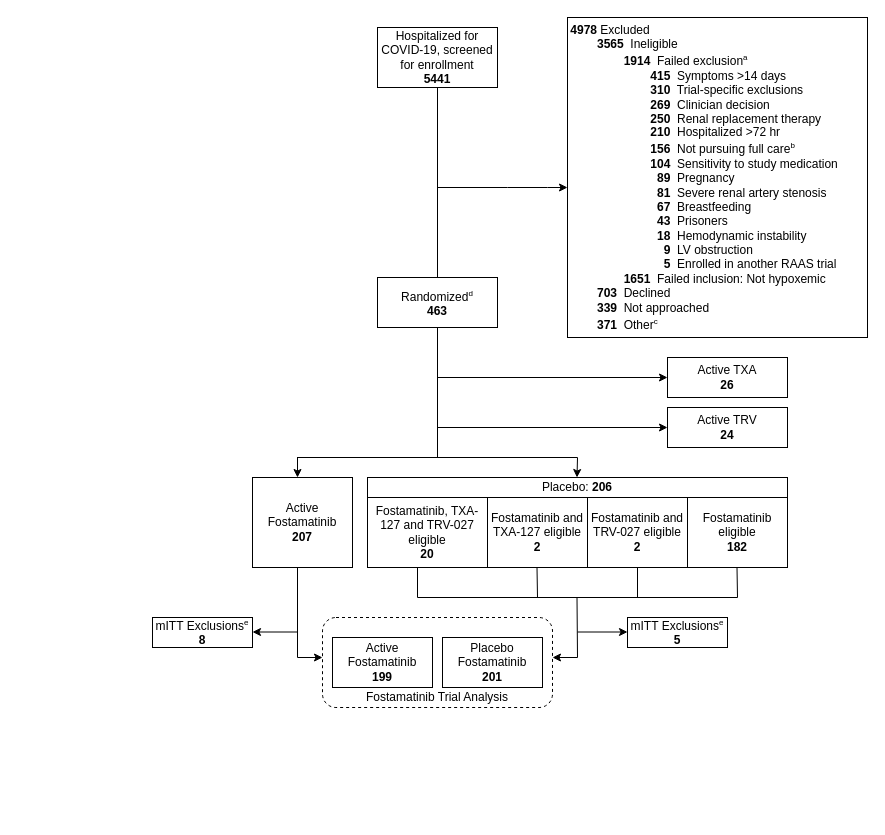
The draw.io diagram Combined A4HT-CONSORT.drawio in jjdeclercq/VUMisC, before the edit. Source tidied: cells renumbered, new cells numbered last; positions are measured from the earlier drawing's top-left corner, leaving out a move shared by most shapes. Both pictures are drawn from the tidied source at 100%, with x=0, y=0 at pixel (152, 17).
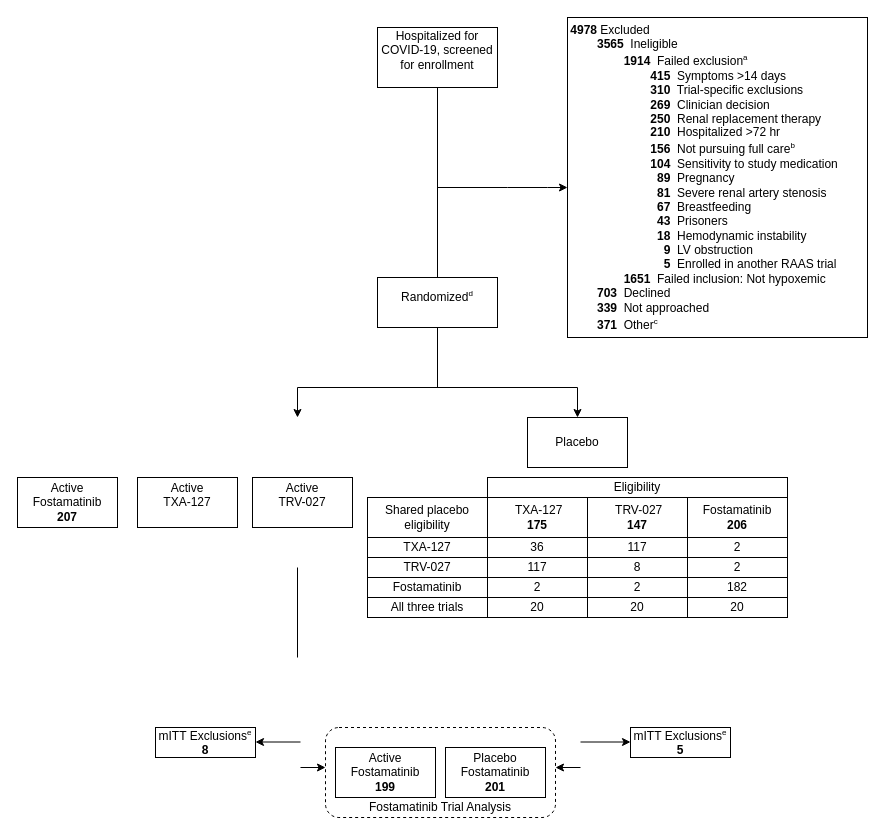
After the change.

Diff of the diagram source:
```diff
@@
-    <mxCell id="2" style="rounded=1;whiteSpace=wrap;html=1;dashed=1;" parent="1" vertex="1">
-      <mxGeometry x="170" y="600" width="230" height="90" as="geometry" />
-    </mxCell>
-    <mxCell id="3" value="Hospitalized for COVID-19, screened for enrollment&lt;br&gt;&lt;b&gt;5441&lt;/b&gt;" style="rounded=0;whiteSpace=wrap;html=1;" parent="1" vertex="1">
+    <mxCell id="3" value="Hospitalized for COVID-19, screened for enrollment&lt;div&gt;&lt;br/&gt;&lt;/div&gt;" style="rounded=0;whiteSpace=wrap;html=1;" parent="1" vertex="1">
       <mxGeometry x="225" y="10" width="120" height="60" as="geometry" />
     </mxCell>
@@
-    <mxCell id="6" value="Randomized&lt;sup style=&quot;&quot;&gt;&lt;font style=&quot;font-size: 8px;&quot;&gt;d&lt;/font&gt;&lt;/sup&gt;&lt;br&gt;&lt;b&gt;463&lt;/b&gt;" style="rounded=0;whiteSpace=wrap;html=1;" parent="1" vertex="1">
+    <mxCell id="6" value="Randomized&lt;sup style=&quot;&quot;&gt;&lt;font style=&quot;font-size: 8px;&quot;&gt;d&lt;/font&gt;&lt;/sup&gt;&lt;div&gt;&lt;br/&gt;&lt;/div&gt;" style="rounded=0;whiteSpace=wrap;html=1;" parent="1" vertex="1">
       <mxGeometry x="225" y="260" width="120" height="50" as="geometry" />
     </mxCell>
     <mxCell id="7" style="endArrow=none;html=1;rounded=0;entryX=0.5;entryY=1;entryDx=0;entryDy=0;" parent="1" edge="1" target="6">
       <mxGeometry relative="1" as="geometry">
-        <mxPoint x="285" y="440" as="sourcePoint" />
+        <mxPoint x="285" y="370" as="sourcePoint" />
       </mxGeometry>
     </mxCell>
-    <mxCell id="8" value="&lt;div style=&quot;&quot;&gt;&lt;span style=&quot;background-color: initial;&quot;&gt;Active Fostamatinib&lt;/span&gt;&lt;/div&gt;&lt;div style=&quot;&quot;&gt;&lt;b&gt;207&lt;/b&gt;&lt;/div&gt;" style="rounded=0;whiteSpace=wrap;html=1;align=center;" parent="1" vertex="1">
-      <mxGeometry x="100" y="460" width="100" height="90" as="geometry" />
+    <mxCell id="8" value="&lt;div style=&quot;&quot;&gt;&lt;span style=&quot;background-color: initial;&quot;&gt;Active&lt;/span&gt;&lt;/div&gt;&lt;div style=&quot;&quot;&gt;&lt;span style=&quot;background-color: initial;&quot;&gt;TRV-027&lt;/span&gt;&lt;/div&gt;&lt;div style=&quot;&quot;&gt;&lt;br&gt;&lt;/div&gt;" style="rounded=0;whiteSpace=wrap;html=1;align=center;" parent="1" vertex="1">
+      <mxGeometry x="100" y="460" width="100" height="50" as="geometry" />
     </mxCell>
-    <mxCell id="9" value="&lt;b&gt;&lt;br&gt;&lt;/b&gt;" style="rounded=0;whiteSpace=wrap;html=1;" parent="1" vertex="1">
-      <mxGeometry x="285" y="460" width="200" height="70" as="geometry" />
-    </mxCell>
-    <mxCell id="10" value="Active TXA&lt;br&gt;&lt;b&gt;26&lt;/b&gt;" style="rounded=0;whiteSpace=wrap;html=1;" parent="1" vertex="1">
-      <mxGeometry x="515" y="340" width="120" height="40" as="geometry" />
-    </mxCell>
@@
-    <mxCell id="12" value="&lt;font style=&quot;font-size: 12px;&quot;&gt;Placebo Fostamatinib&lt;br&gt;&lt;b&gt;201&lt;/b&gt;&lt;br&gt;&lt;/font&gt;" style="rounded=0;whiteSpace=wrap;html=1;" parent="1" vertex="1">
-      <mxGeometry x="290" y="620" width="100" height="50" as="geometry" />
-    </mxCell>
@@
-    <mxCell id="14" value="Fostamatinib Trial Analysis" style="text;html=1;strokeColor=none;fillColor=none;align=center;verticalAlign=middle;whiteSpace=wrap;rounded=0;dashed=1;" parent="1" vertex="1">
-      <mxGeometry x="210" y="670" width="150" height="20" as="geometry" />
-    </mxCell>
-    <mxCell id="15" style="endArrow=classic;html=1;rounded=0;entryX=0;entryY=0.5;entryDx=0;entryDy=0;entryPerimeter=0;" parent="1" edge="1">
-      <mxGeometry relative="1" as="geometry">
-        <mxPoint x="285" y="360" as="sourcePoint" />
-        <mxPoint x="515" y="360" as="targetPoint" />
-      </mxGeometry>
-    </mxCell>
-    <mxCell id="16" value="&lt;div style=&quot;&quot;&gt;&lt;span style=&quot;background-color: initial;&quot;&gt;Active Fostamatinib&lt;/span&gt;&lt;/div&gt;&lt;div style=&quot;&quot;&gt;&lt;b&gt;199&lt;/b&gt;&lt;/div&gt;" style="rounded=0;whiteSpace=wrap;html=1;align=center;" parent="1" vertex="1">
-      <mxGeometry x="180" y="620" width="100" height="50" as="geometry" />
-    </mxCell>
-    <mxCell id="17" value="Fostamatinib, TXA-127 and TRV-027 eligible&lt;br style=&quot;border-color: var(--border-color);&quot;&gt;&lt;b&gt;20&lt;/b&gt;" style="rounded=0;whiteSpace=wrap;html=1;" parent="1" vertex="1">
-      <mxGeometry x="215" y="480" width="120" height="70" as="geometry" />
+    <mxCell id="17" value="Shared placebo eligibility" style="rounded=0;whiteSpace=wrap;html=1;" parent="1" vertex="1">
+      <mxGeometry x="215" y="480" width="120" height="40" as="geometry" />
     </mxCell>
-    <mxCell id="18" value="Fostamatinib and TRV-027 eligible&lt;br&gt;&lt;b&gt;2&lt;/b&gt;" style="rounded=0;whiteSpace=wrap;html=1;" parent="1" vertex="1">
-      <mxGeometry x="435" y="480" width="100" height="70" as="geometry" />
+    <mxCell id="18" value="&amp;nbsp;TRV-027&lt;div&gt;&lt;b&gt;147&lt;/b&gt;&lt;/div&gt;" style="rounded=0;whiteSpace=wrap;html=1;" parent="1" vertex="1">
+      <mxGeometry x="435" y="480" width="100" height="40" as="geometry" />
     </mxCell>
-    <mxCell id="19" value="Fostamatinib and TXA-127 eligible&lt;br&gt;&lt;b&gt;2&lt;/b&gt;" style="rounded=0;whiteSpace=wrap;html=1;" parent="1" vertex="1">
-      <mxGeometry x="335" y="480" width="100" height="70" as="geometry" />
+    <mxCell id="19" value="&amp;nbsp;TXA-127&lt;div&gt;&lt;b&gt;175&lt;/b&gt;&lt;/div&gt;" style="rounded=0;whiteSpace=wrap;html=1;" parent="1" vertex="1">
+      <mxGeometry x="335" y="480" width="100" height="40" as="geometry" />
     </mxCell>
-    <mxCell id="20" style="endArrow=none;html=1;rounded=0;exitX=0.5;exitY=1;exitDx=0;exitDy=0;" parent="1" edge="1" source="19">
-      <mxGeometry relative="1" as="geometry">
-        <mxPoint x="365" y="550" as="targetPoint" />
-      </mxGeometry>
-    </mxCell>
-    <mxCell id="21" value="Placebo: &lt;b&gt;206&lt;/b&gt;" style="rounded=0;whiteSpace=wrap;html=1;" parent="1" vertex="1">
-      <mxGeometry x="215" y="460" width="420" height="20" as="geometry" />
+    <mxCell id="21" value="Eligibility" style="rounded=0;whiteSpace=wrap;html=1;" parent="1" vertex="1">
+      <mxGeometry x="335" y="460" width="300" height="20" as="geometry" />
     </mxCell>
+    <mxCell id="26" value="Fostamatinib&lt;div&gt;&lt;b&gt;206&lt;/b&gt;&lt;/div&gt;" style="rounded=0;whiteSpace=wrap;html=1;" parent="1" vertex="1">
+      <mxGeometry x="535" y="480" width="100" height="40" as="geometry" />
+    </mxCell>
+    <mxCell id="28" style="endArrow=none;html=1;rounded=0;" parent="1" edge="1">
+      <mxGeometry relative="1" as="geometry">
+        <mxPoint x="145" y="370" as="sourcePoint" />
+        <mxPoint x="425" y="370" as="targetPoint" />
+      </mxGeometry>
+    </mxCell>
+    <mxCell id="30" style="endArrow=classic;html=1;rounded=0;" parent="1" edge="1">
+      <mxGeometry relative="1" as="geometry">
+        <mxPoint x="145" y="370" as="sourcePoint" />
+        <mxPoint x="145" y="400" as="targetPoint" />
+      </mxGeometry>
+    </mxCell>
+    <mxCell id="36" style="endArrow=none;html=1;rounded=0;entryX=0.5;entryY=1;entryDx=0;entryDy=0;" parent="1" edge="1">
+      <mxGeometry relative="1" as="geometry">
+        <mxPoint x="145" y="640" as="sourcePoint" />
+        <mxPoint x="145" y="550" as="targetPoint" />
+      </mxGeometry>
+    </mxCell>
+    <mxCell id="41" style="endArrow=classic;html=1;rounded=0;" parent="1" edge="1">
+      <mxGeometry relative="1" as="geometry">
+        <mxPoint x="425" y="370" as="sourcePoint" />
+        <mxPoint x="425" y="400" as="targetPoint" />
+      </mxGeometry>
+    </mxCell>
+    <mxCell id="42" style="rounded=1;whiteSpace=wrap;html=1;dashed=1;" parent="1" vertex="1">
+      <mxGeometry x="173" y="710" width="230" height="90" as="geometry" />
+    </mxCell>
+    <mxCell id="12" value="&lt;font style=&quot;font-size: 12px;&quot;&gt;Placebo Fostamatinib&lt;br&gt;&lt;b&gt;201&lt;/b&gt;&lt;br&gt;&lt;/font&gt;" style="rounded=0;whiteSpace=wrap;html=1;" parent="1" vertex="1">
+      <mxGeometry x="293" y="730" width="100" height="50" as="geometry" />
+    </mxCell>
+    <mxCell id="14" value="Fostamatinib Trial Analysis" style="text;html=1;strokeColor=none;fillColor=none;align=center;verticalAlign=middle;whiteSpace=wrap;rounded=0;dashed=1;" parent="1" vertex="1">
+      <mxGeometry x="213" y="780" width="150" height="20" as="geometry" />
+    </mxCell>
+    <mxCell id="16" value="&lt;div style=&quot;&quot;&gt;&lt;span style=&quot;background-color: initial;&quot;&gt;Active Fostamatinib&lt;/span&gt;&lt;/div&gt;&lt;div style=&quot;&quot;&gt;&lt;b&gt;199&lt;/b&gt;&lt;/div&gt;" style="rounded=0;whiteSpace=wrap;html=1;align=center;" parent="1" vertex="1">
+      <mxGeometry x="183" y="730" width="100" height="50" as="geometry" />
+    </mxCell>
     <mxCell id="22" value="&lt;font style=&quot;&quot;&gt;&lt;span style=&quot;font-size: 12px;&quot;&gt;mITT Exclusions&lt;/span&gt;&lt;sup style=&quot;&quot;&gt;&lt;font style=&quot;font-size: 8px;&quot;&gt;e&lt;/font&gt;&lt;/sup&gt;&lt;br&gt;&lt;b style=&quot;font-size: 12px;&quot;&gt;8&lt;/b&gt;&lt;br&gt;&lt;/font&gt;" style="rounded=0;whiteSpace=wrap;html=1;fontSize=10;" parent="1" vertex="1">
-      <mxGeometry y="600" width="100" height="30" as="geometry" />
+      <mxGeometry x="3" y="710" width="100" height="30" as="geometry" />
     </mxCell>
     <mxCell id="23" value="&lt;font style=&quot;&quot;&gt;&lt;span style=&quot;font-size: 12px;&quot;&gt;mITT Exclusions&lt;/span&gt;&lt;sup style=&quot;border-color: var(--border-color);&quot;&gt;&lt;font style=&quot;font-size: 8px;&quot;&gt;e&lt;/font&gt;&lt;/sup&gt;&lt;br&gt;&lt;b style=&quot;font-size: 12px;&quot;&gt;5&lt;/b&gt;&lt;br&gt;&lt;/font&gt;" style="rounded=0;whiteSpace=wrap;html=1;fontSize=10;" parent="1" vertex="1">
-      <mxGeometry x="475" y="600" width="100" height="30" as="geometry" />
+      <mxGeometry x="478" y="710" width="100" height="30" as="geometry" />
     </mxCell>
-    <mxCell id="24" value="Active TRV&lt;br&gt;&lt;b&gt;24&lt;/b&gt;" style="rounded=0;whiteSpace=wrap;html=1;" parent="1" vertex="1">
-      <mxGeometry x="515" y="390" width="120" height="40" as="geometry" />
-    </mxCell>
-    <mxCell id="25" style="endArrow=classic;html=1;rounded=0;entryX=0;entryY=0.5;entryDx=0;entryDy=0;entryPerimeter=0;" parent="1" edge="1">
-      <mxGeometry relative="1" as="geometry">
-        <mxPoint x="285" y="410" as="sourcePoint" />
-        <mxPoint x="515" y="410" as="targetPoint" />
-      </mxGeometry>
-    </mxCell>
-    <mxCell id="26" value="Fostamatinib eligible&lt;br&gt;&lt;b&gt;182&lt;/b&gt;" style="rounded=0;whiteSpace=wrap;html=1;" parent="1" vertex="1">
-      <mxGeometry x="535" y="480" width="100" height="70" as="geometry" />
-    </mxCell>
-    <mxCell id="27" style="endArrow=classic;html=1;rounded=0;" parent="1" edge="1">
-      <mxGeometry relative="1" as="geometry">
-        <mxPoint x="425" y="614.5" as="sourcePoint" />
-        <mxPoint x="475" y="614.5" as="targetPoint" />
-      </mxGeometry>
-    </mxCell>
-    <mxCell id="28" style="endArrow=none;html=1;rounded=0;" parent="1" edge="1">
-      <mxGeometry relative="1" as="geometry">
-        <mxPoint x="145" y="440" as="sourcePoint" />
-        <mxPoint x="425" y="440" as="targetPoint" />
-      </mxGeometry>
-    </mxCell>
-    <mxCell id="29" style="endArrow=classic;html=1;rounded=0;" parent="1" edge="1">
-      <mxGeometry relative="1" as="geometry">
-        <mxPoint x="425" y="440" as="sourcePoint" />
-        <mxPoint x="424.5" y="460" as="targetPoint" />
-      </mxGeometry>
-    </mxCell>
-    <mxCell id="30" style="endArrow=classic;html=1;rounded=0;" parent="1" edge="1">
-      <mxGeometry relative="1" as="geometry">
-        <mxPoint x="145" y="439.5" as="sourcePoint" />
-        <mxPoint x="145" y="460" as="targetPoint" />
-      </mxGeometry>
-    </mxCell>
-    <mxCell id="31" style="endArrow=none;html=1;rounded=0;entryX=0.5;entryY=1;entryDx=0;entryDy=0;" parent="1" edge="1">
-      <mxGeometry relative="1" as="geometry">
-        <mxPoint x="265" y="580" as="sourcePoint" />
-        <mxPoint x="265" y="550" as="targetPoint" />
-      </mxGeometry>
-    </mxCell>
-    <mxCell id="32" style="endArrow=none;html=1;rounded=0;entryX=0.5;entryY=1;entryDx=0;entryDy=0;" parent="1" edge="1">
-      <mxGeometry relative="1" as="geometry">
-        <mxPoint x="385" y="580" as="sourcePoint" />
-        <mxPoint x="384.5" y="550" as="targetPoint" />
-      </mxGeometry>
-    </mxCell>
-    <mxCell id="33" style="endArrow=none;html=1;rounded=0;entryX=0.5;entryY=1;entryDx=0;entryDy=0;" parent="1" edge="1">
-      <mxGeometry relative="1" as="geometry">
-        <mxPoint x="485" y="580" as="sourcePoint" />
-        <mxPoint x="485" y="550" as="targetPoint" />
-      </mxGeometry>
-    </mxCell>
-    <mxCell id="34" style="endArrow=none;html=1;rounded=0;entryX=0.5;entryY=1;entryDx=0;entryDy=0;" parent="1" edge="1">
-      <mxGeometry relative="1" as="geometry">
-        <mxPoint x="585" y="580" as="sourcePoint" />
-        <mxPoint x="584.5" y="550" as="targetPoint" />
-      </mxGeometry>
-    </mxCell>
-    <mxCell id="35" style="endArrow=none;html=1;rounded=0;" parent="1" edge="1">
-      <mxGeometry relative="1" as="geometry">
-        <mxPoint x="265" y="580" as="sourcePoint" />
-        <mxPoint x="585" y="580" as="targetPoint" />
-      </mxGeometry>
-    </mxCell>
-    <mxCell id="36" style="endArrow=none;html=1;rounded=0;entryX=0.5;entryY=1;entryDx=0;entryDy=0;" parent="1" edge="1">
-      <mxGeometry relative="1" as="geometry">
-        <mxPoint x="145" y="640" as="sourcePoint" />
-        <mxPoint x="145" y="550" as="targetPoint" />
-      </mxGeometry>
-    </mxCell>
-    <mxCell id="37" style="endArrow=none;html=1;rounded=0;entryX=0.5;entryY=1;entryDx=0;entryDy=0;" parent="1" edge="1">
-      <mxGeometry relative="1" as="geometry">
-        <mxPoint x="425" y="640" as="sourcePoint" />
-        <mxPoint x="424.5" y="580" as="targetPoint" />
-      </mxGeometry>
-    </mxCell>
-    <mxCell id="38" style="endArrow=classic;html=1;rounded=0;" parent="1" edge="1">
-      <mxGeometry relative="1" as="geometry">
-        <mxPoint x="145" y="614.5" as="sourcePoint" />
-        <mxPoint x="100" y="614.5" as="targetPoint" />
-      </mxGeometry>
-    </mxCell>
-    <mxCell id="39" style="endArrow=classic;html=1;rounded=0;" parent="1" edge="1">
-      <mxGeometry relative="1" as="geometry">
-        <mxPoint x="145" y="640" as="sourcePoint" />
-        <mxPoint x="170" y="640" as="targetPoint" />
-      </mxGeometry>
-    </mxCell>
-    <mxCell id="40" style="endArrow=classic;html=1;rounded=0;" parent="1" edge="1">
-      <mxGeometry relative="1" as="geometry">
-        <mxPoint x="425" y="640" as="sourcePoint" />
-        <mxPoint x="400" y="640" as="targetPoint" />
-      </mxGeometry>
-    </mxCell>
+    <mxCell id="43" style="endArrow=classic;html=1;rounded=0;" parent="1" edge="1">
+      <mxGeometry relative="1" as="geometry">
+        <mxPoint x="428" y="724.5" as="sourcePoint" />
+        <mxPoint x="478" y="724.5" as="targetPoint" />
+      </mxGeometry>
+    </mxCell>
+    <mxCell id="44" style="endArrow=classic;html=1;rounded=0;" parent="1" edge="1">
+      <mxGeometry relative="1" as="geometry">
+        <mxPoint x="148" y="724.5" as="sourcePoint" />
+        <mxPoint x="103" y="724.5" as="targetPoint" />
+      </mxGeometry>
+    </mxCell>
+    <mxCell id="45" style="endArrow=classic;html=1;rounded=0;" parent="1" edge="1">
+      <mxGeometry relative="1" as="geometry">
+        <mxPoint x="148" y="750" as="sourcePoint" />
+        <mxPoint x="173" y="750" as="targetPoint" />
+      </mxGeometry>
+    </mxCell>
+    <mxCell id="46" style="endArrow=classic;html=1;rounded=0;" parent="1" edge="1">
+      <mxGeometry relative="1" as="geometry">
+        <mxPoint x="428" y="750" as="sourcePoint" />
+        <mxPoint x="403" y="750" as="targetPoint" />
+      </mxGeometry>
+    </mxCell>
+    <mxCell id="47" value="&lt;font style=&quot;font-size: 12px;&quot;&gt;Placebo&lt;br&gt;&lt;/font&gt;" style="rounded=0;whiteSpace=wrap;html=1;" parent="1" vertex="1">
+      <mxGeometry x="375" y="400" width="100" height="50" as="geometry" />
+    </mxCell>
+    <mxCell id="48" value="&lt;div style=&quot;&quot;&gt;&lt;span style=&quot;background-color: initial;&quot;&gt;Active&lt;/span&gt;&lt;/div&gt;&lt;div style=&quot;&quot;&gt;&lt;span style=&quot;background-color: initial;&quot;&gt;TXA-127&lt;/span&gt;&lt;/div&gt;&lt;div style=&quot;&quot;&gt;&lt;br&gt;&lt;/div&gt;" style="rounded=0;whiteSpace=wrap;html=1;align=center;" parent="1" vertex="1">
+      <mxGeometry x="-15" y="460" width="100" height="50" as="geometry" />
+    </mxCell>
+    <mxCell id="49" value="&lt;div style=&quot;&quot;&gt;&lt;span style=&quot;background-color: initial;&quot;&gt;Active Fostamatinib&lt;/span&gt;&lt;/div&gt;&lt;div style=&quot;&quot;&gt;&lt;b&gt;207&lt;/b&gt;&lt;/div&gt;" style="rounded=0;whiteSpace=wrap;html=1;align=center;" parent="1" vertex="1">
+      <mxGeometry x="-135" y="460" width="100" height="50" as="geometry" />
+    </mxCell>
+    <mxCell id="50" value="TXA-127" style="rounded=0;whiteSpace=wrap;html=1;" parent="1" vertex="1">
+      <mxGeometry x="215" y="520" width="120" height="20" as="geometry" />
+    </mxCell>
+    <mxCell id="51" value="117" style="rounded=0;whiteSpace=wrap;html=1;" parent="1" vertex="1">
+      <mxGeometry x="435" y="520" width="100" height="20" as="geometry" />
+    </mxCell>
+    <mxCell id="52" value="36" style="rounded=0;whiteSpace=wrap;html=1;" parent="1" vertex="1">
+      <mxGeometry x="335" y="520" width="100" height="20" as="geometry" />
+    </mxCell>
+    <mxCell id="53" value="2" style="rounded=0;whiteSpace=wrap;html=1;" parent="1" vertex="1">
+      <mxGeometry x="535" y="520" width="100" height="20" as="geometry" />
+    </mxCell>
+    <mxCell id="54" value="TRV-027" style="rounded=0;whiteSpace=wrap;html=1;" parent="1" vertex="1">
+      <mxGeometry x="215" y="540" width="120" height="20" as="geometry" />
+    </mxCell>
+    <mxCell id="55" value="8" style="rounded=0;whiteSpace=wrap;html=1;" parent="1" vertex="1">
+      <mxGeometry x="435" y="540" width="100" height="20" as="geometry" />
+    </mxCell>
+    <mxCell id="56" value="117" style="rounded=0;whiteSpace=wrap;html=1;" parent="1" vertex="1">
+      <mxGeometry x="335" y="540" width="100" height="20" as="geometry" />
+    </mxCell>
+    <mxCell id="57" value="2" style="rounded=0;whiteSpace=wrap;html=1;" parent="1" vertex="1">
+      <mxGeometry x="535" y="540" width="100" height="20" as="geometry" />
+    </mxCell>
+    <mxCell id="58" value="Fostamatinib" style="rounded=0;whiteSpace=wrap;html=1;" parent="1" vertex="1">
+      <mxGeometry x="215" y="560" width="120" height="20" as="geometry" />
+    </mxCell>
+    <mxCell id="59" value="2" style="rounded=0;whiteSpace=wrap;html=1;" parent="1" vertex="1">
+      <mxGeometry x="435" y="560" width="100" height="20" as="geometry" />
+    </mxCell>
+    <mxCell id="60" value="2" style="rounded=0;whiteSpace=wrap;html=1;" parent="1" vertex="1">
+      <mxGeometry x="335" y="560" width="100" height="20" as="geometry" />
+    </mxCell>
+    <mxCell id="61" value="182" style="rounded=0;whiteSpace=wrap;html=1;" parent="1" vertex="1">
+      <mxGeometry x="535" y="560" width="100" height="20" as="geometry" />
+    </mxCell>
+    <mxCell id="62" value="All three trials" style="rounded=0;whiteSpace=wrap;html=1;" parent="1" vertex="1">
+      <mxGeometry x="215" y="580" width="120" height="20" as="geometry" />
+    </mxCell>
+    <mxCell id="63" value="20" style="rounded=0;whiteSpace=wrap;html=1;" parent="1" vertex="1">
+      <mxGeometry x="435" y="580" width="100" height="20" as="geometry" />
+    </mxCell>
+    <mxCell id="64" value="20" style="rounded=0;whiteSpace=wrap;html=1;" parent="1" vertex="1">
+      <mxGeometry x="335" y="580" width="100" height="20" as="geometry" />
+    </mxCell>
+    <mxCell id="65" value="20" style="rounded=0;whiteSpace=wrap;html=1;" parent="1" vertex="1">
+      <mxGeometry x="535" y="580" width="100" height="20" as="geometry" />
+    </mxCell>
```
